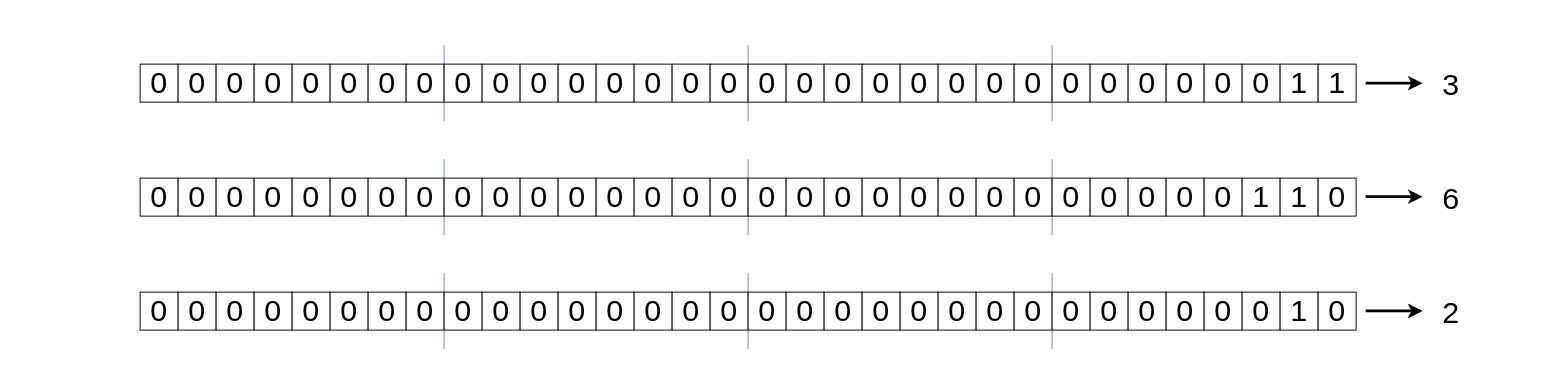
This is 与或异或运算.drawio from qingyunlyp/resource, a draw.io file, before an edit. Source tidied: cells renumbered, new cells numbered last; positions are measured from the earlier drawing's top-left corner, leaving out a move shared by most shapes. Both pictures are drawn from the tidied source at 95%, with x=0, y=0 at pixel (140, 45).
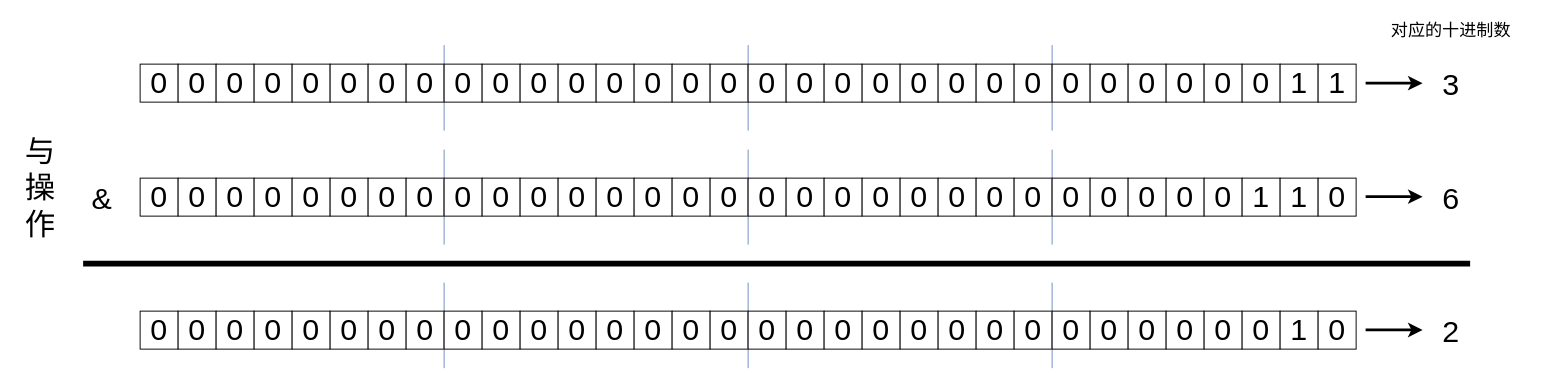
After the change.

Commit message (it also covers changes not shown here):
更新与或异或运算.drawio

What changed in the source:
```diff
@@
     <mxCell id="10" style="endArrow=none;html=1;rounded=0;fontSize=32;startSize=6;strokeWidth=1;fillColor=#dae8fc;strokeColor=#6c8ebf;" parent="1" edge="1">
       <mxGeometry relative="1" as="geometry">
-        <mxPoint x="320" y="80" as="sourcePoint" />
+        <mxPoint x="320" y="90" as="sourcePoint" />
         <mxPoint x="320" as="targetPoint" />
       </mxGeometry>
     </mxCell>
@@
     <mxCell id="19" style="endArrow=none;html=1;rounded=0;fontSize=32;fillColor=#dae8fc;strokeColor=#6c8ebf;" parent="1" edge="1">
       <mxGeometry relative="1" as="geometry">
-        <mxPoint x="640" y="80" as="sourcePoint" />
+        <mxPoint x="640" y="90" as="sourcePoint" />
         <mxPoint x="640" as="targetPoint" />
       </mxGeometry>
     </mxCell>
@@
     <mxCell id="28" style="endArrow=none;html=1;rounded=0;fontSize=32;fillColor=#dae8fc;strokeColor=#6c8ebf;" parent="1" edge="1">
       <mxGeometry relative="1" as="geometry">
-        <mxPoint x="960" y="80" as="sourcePoint" />
+        <mxPoint x="960" y="90" as="sourcePoint" />
         <mxPoint x="960" as="targetPoint" />
       </mxGeometry>
     </mxCell>
@@
     <mxCell id="45" style="endArrow=none;html=1;rounded=0;fontSize=32;startSize=6;strokeWidth=1;fillColor=#dae8fc;strokeColor=#6c8ebf;" parent="1" edge="1">
       <mxGeometry relative="1" as="geometry">
-        <mxPoint x="320" y="200" as="sourcePoint" />
-        <mxPoint x="320" y="120" as="targetPoint" />
+        <mxPoint x="320" y="210" as="sourcePoint" />
+        <mxPoint x="320" y="110" as="targetPoint" />
       </mxGeometry>
     </mxCell>
@@
     <mxCell id="54" style="endArrow=none;html=1;rounded=0;fontSize=32;fillColor=#dae8fc;strokeColor=#6c8ebf;" parent="1" edge="1">
       <mxGeometry relative="1" as="geometry">
-        <mxPoint x="640" y="200" as="sourcePoint" />
-        <mxPoint x="640" y="120" as="targetPoint" />
+        <mxPoint x="640" y="210" as="sourcePoint" />
+        <mxPoint x="640" y="110" as="targetPoint" />
       </mxGeometry>
     </mxCell>
@@
     <mxCell id="63" style="endArrow=none;html=1;rounded=0;fontSize=32;fillColor=#dae8fc;strokeColor=#6c8ebf;" parent="1" edge="1">
       <mxGeometry relative="1" as="geometry">
-        <mxPoint x="960" y="200" as="sourcePoint" />
-        <mxPoint x="960" y="120" as="targetPoint" />
+        <mxPoint x="960" y="210" as="sourcePoint" />
+        <mxPoint x="960" y="110" as="targetPoint" />
       </mxGeometry>
     </mxCell>
@@
     <mxCell id="72" value="0" style="rounded=0;whiteSpace=wrap;html=1;fontSize=32;" parent="1" vertex="1">
-      <mxGeometry y="260" width="40" height="40" as="geometry" />
+      <mxGeometry y="280" width="40" height="40" as="geometry" />
     </mxCell>
     <mxCell id="73" value="0" style="rounded=0;whiteSpace=wrap;html=1;fontSize=32;" parent="1" vertex="1">
-      <mxGeometry x="40" y="260" width="40" height="40" as="geometry" />
+      <mxGeometry x="40" y="280" width="40" height="40" as="geometry" />
     </mxCell>
     <mxCell id="74" value="0" style="rounded=0;whiteSpace=wrap;html=1;fontSize=32;" parent="1" vertex="1">
-      <mxGeometry x="80" y="260" width="40" height="40" as="geometry" />
+      <mxGeometry x="80" y="280" width="40" height="40" as="geometry" />
     </mxCell>
     <mxCell id="75" value="0" style="rounded=0;whiteSpace=wrap;html=1;fontSize=32;" parent="1" vertex="1">
-      <mxGeometry x="120" y="260" width="40" height="40" as="geometry" />
+      <mxGeometry x="120" y="280" width="40" height="40" as="geometry" />
     </mxCell>
     <mxCell id="76" value="0" style="rounded=0;whiteSpace=wrap;html=1;fontSize=32;" parent="1" vertex="1">
-      <mxGeometry x="160" y="260" width="40" height="40" as="geometry" />
+      <mxGeometry x="160" y="280" width="40" height="40" as="geometry" />
     </mxCell>
     <mxCell id="77" value="0" style="rounded=0;whiteSpace=wrap;html=1;fontSize=32;" parent="1" vertex="1">
-      <mxGeometry x="200" y="260" width="40" height="40" as="geometry" />
+      <mxGeometry x="200" y="280" width="40" height="40" as="geometry" />
     </mxCell>
     <mxCell id="78" value="0" style="rounded=0;whiteSpace=wrap;html=1;fontSize=32;" parent="1" vertex="1">
-      <mxGeometry x="240" y="260" width="40" height="40" as="geometry" />
+      <mxGeometry x="240" y="280" width="40" height="40" as="geometry" />
     </mxCell>
     <mxCell id="79" value="0" style="rounded=0;whiteSpace=wrap;html=1;fontSize=32;" parent="1" vertex="1">
-      <mxGeometry x="280" y="260" width="40" height="40" as="geometry" />
+      <mxGeometry x="280" y="280" width="40" height="40" as="geometry" />
     </mxCell>
     <mxCell id="80" style="endArrow=none;html=1;rounded=0;fontSize=32;startSize=6;strokeWidth=1;fillColor=#dae8fc;strokeColor=#6c8ebf;" parent="1" edge="1">
       <mxGeometry relative="1" as="geometry">
-        <mxPoint x="320" y="320" as="sourcePoint" />
-        <mxPoint x="320" y="240" as="targetPoint" />
+        <mxPoint x="320" y="340" as="sourcePoint" />
+        <mxPoint x="320" y="250" as="targetPoint" />
       </mxGeometry>
     </mxCell>
     <mxCell id="81" value="0" style="rounded=0;whiteSpace=wrap;html=1;fontSize=32;" parent="1" vertex="1">
-      <mxGeometry x="320" y="260" width="40" height="40" as="geometry" />
+      <mxGeometry x="320" y="280" width="40" height="40" as="geometry" />
     </mxCell>
     <mxCell id="82" value="0" style="rounded=0;whiteSpace=wrap;html=1;fontSize=32;" parent="1" vertex="1">
-      <mxGeometry x="360" y="260" width="40" height="40" as="geometry" />
+      <mxGeometry x="360" y="280" width="40" height="40" as="geometry" />
     </mxCell>
     <mxCell id="83" value="0" style="rounded=0;whiteSpace=wrap;html=1;fontSize=32;" parent="1" vertex="1">
-      <mxGeometry x="400" y="260" width="40" height="40" as="geometry" />
+      <mxGeometry x="400" y="280" width="40" height="40" as="geometry" />
     </mxCell>
     <mxCell id="84" value="0" style="rounded=0;whiteSpace=wrap;html=1;fontSize=32;" parent="1" vertex="1">
-      <mxGeometry x="440" y="260" width="40" height="40" as="geometry" />
+      <mxGeometry x="440" y="280" width="40" height="40" as="geometry" />
     </mxCell>
     <mxCell id="85" value="0" style="rounded=0;whiteSpace=wrap;html=1;fontSize=32;" parent="1" vertex="1">
-      <mxGeometry x="480" y="260" width="40" height="40" as="geometry" />
+      <mxGeometry x="480" y="280" width="40" height="40" as="geometry" />
     </mxCell>
     <mxCell id="86" value="0" style="rounded=0;whiteSpace=wrap;html=1;fontSize=32;" parent="1" vertex="1">
-      <mxGeometry x="520" y="260" width="40" height="40" as="geometry" />
+      <mxGeometry x="520" y="280" width="40" height="40" as="geometry" />
     </mxCell>
     <mxCell id="87" value="0" style="rounded=0;whiteSpace=wrap;html=1;fontSize=32;" parent="1" vertex="1">
-      <mxGeometry x="560" y="260" width="40" height="40" as="geometry" />
+      <mxGeometry x="560" y="280" width="40" height="40" as="geometry" />
     </mxCell>
     <mxCell id="88" value="0" style="rounded=0;whiteSpace=wrap;html=1;fontSize=32;" parent="1" vertex="1">
-      <mxGeometry x="600" y="260" width="40" height="40" as="geometry" />
+      <mxGeometry x="600" y="280" width="40" height="40" as="geometry" />
     </mxCell>
     <mxCell id="89" style="endArrow=none;html=1;rounded=0;fontSize=32;fillColor=#dae8fc;strokeColor=#6c8ebf;" parent="1" edge="1">
       <mxGeometry relative="1" as="geometry">
-        <mxPoint x="640" y="320" as="sourcePoint" />
-        <mxPoint x="640" y="240" as="targetPoint" />
+        <mxPoint x="640" y="340" as="sourcePoint" />
+        <mxPoint x="640" y="250" as="targetPoint" />
       </mxGeometry>
     </mxCell>
     <mxCell id="90" value="0" style="rounded=0;whiteSpace=wrap;html=1;fontSize=32;" parent="1" vertex="1">
-      <mxGeometry x="640" y="260" width="40" height="40" as="geometry" />
+      <mxGeometry x="640" y="280" width="40" height="40" as="geometry" />
     </mxCell>
     <mxCell id="91" value="0" style="rounded=0;whiteSpace=wrap;html=1;fontSize=32;" parent="1" vertex="1">
-      <mxGeometry x="680" y="260" width="40" height="40" as="geometry" />
+      <mxGeometry x="680" y="280" width="40" height="40" as="geometry" />
     </mxCell>
     <mxCell id="92" value="0" style="rounded=0;whiteSpace=wrap;html=1;fontSize=32;" parent="1" vertex="1">
-      <mxGeometry x="720" y="260" width="40" height="40" as="geometry" />
+      <mxGeometry x="720" y="280" width="40" height="40" as="geometry" />
     </mxCell>
     <mxCell id="93" value="0" style="rounded=0;whiteSpace=wrap;html=1;fontSize=32;" parent="1" vertex="1">
-      <mxGeometry x="760" y="260" width="40" height="40" as="geometry" />
+      <mxGeometry x="760" y="280" width="40" height="40" as="geometry" />
     </mxCell>
     <mxCell id="94" value="0" style="rounded=0;whiteSpace=wrap;html=1;fontSize=32;" parent="1" vertex="1">
-      <mxGeometry x="800" y="260" width="40" height="40" as="geometry" />
+      <mxGeometry x="800" y="280" width="40" height="40" as="geometry" />
     </mxCell>
     <mxCell id="95" value="0" style="rounded=0;whiteSpace=wrap;html=1;fontSize=32;" parent="1" vertex="1">
-      <mxGeometry x="840" y="260" width="40" height="40" as="geometry" />
+      <mxGeometry x="840" y="280" width="40" height="40" as="geometry" />
     </mxCell>
     <mxCell id="96" value="0" style="rounded=0;whiteSpace=wrap;html=1;fontSize=32;" parent="1" vertex="1">
-      <mxGeometry x="880" y="260" width="40" height="40" as="geometry" />
+      <mxGeometry x="880" y="280" width="40" height="40" as="geometry" />
     </mxCell>
     <mxCell id="97" value="0" style="rounded=0;whiteSpace=wrap;html=1;fontSize=32;" parent="1" vertex="1">
-      <mxGeometry x="920" y="260" width="40" height="40" as="geometry" />
+      <mxGeometry x="920" y="280" width="40" height="40" as="geometry" />
     </mxCell>
     <mxCell id="98" style="endArrow=none;html=1;rounded=0;fontSize=32;fillColor=#dae8fc;strokeColor=#6c8ebf;" parent="1" edge="1">
       <mxGeometry relative="1" as="geometry">
-        <mxPoint x="960" y="320" as="sourcePoint" />
-        <mxPoint x="960" y="240" as="targetPoint" />
+        <mxPoint x="960" y="340" as="sourcePoint" />
+        <mxPoint x="960" y="250" as="targetPoint" />
       </mxGeometry>
     </mxCell>
     <mxCell id="99" value="0" style="rounded=0;whiteSpace=wrap;html=1;fontSize=32;" parent="1" vertex="1">
-      <mxGeometry x="960" y="260" width="40" height="40" as="geometry" />
+      <mxGeometry x="960" y="280" width="40" height="40" as="geometry" />
     </mxCell>
     <mxCell id="100" value="0" style="rounded=0;whiteSpace=wrap;html=1;fontSize=32;" parent="1" vertex="1">
-      <mxGeometry x="1000" y="260" width="40" height="40" as="geometry" />
+      <mxGeometry x="1000" y="280" width="40" height="40" as="geometry" />
     </mxCell>
     <mxCell id="101" value="0" style="rounded=0;whiteSpace=wrap;html=1;fontSize=32;" parent="1" vertex="1">
-      <mxGeometry x="1040" y="260" width="40" height="40" as="geometry" />
+      <mxGeometry x="1040" y="280" width="40" height="40" as="geometry" />
     </mxCell>
     <mxCell id="102" value="0" style="rounded=0;whiteSpace=wrap;html=1;fontSize=32;" parent="1" vertex="1">
-      <mxGeometry x="1080" y="260" width="40" height="40" as="geometry" />
+      <mxGeometry x="1080" y="280" width="40" height="40" as="geometry" />
     </mxCell>
     <mxCell id="103" value="0" style="rounded=0;whiteSpace=wrap;html=1;fontSize=32;" parent="1" vertex="1">
-      <mxGeometry x="1120" y="260" width="40" height="40" as="geometry" />
+      <mxGeometry x="1120" y="280" width="40" height="40" as="geometry" />
     </mxCell>
     <mxCell id="104" value="0" style="rounded=0;whiteSpace=wrap;html=1;fontSize=32;" parent="1" vertex="1">
-      <mxGeometry x="1160" y="260" width="40" height="40" as="geometry" />
+      <mxGeometry x="1160" y="280" width="40" height="40" as="geometry" />
     </mxCell>
     <mxCell id="105" value="1" style="rounded=0;whiteSpace=wrap;html=1;fontSize=32;" parent="1" vertex="1">
-      <mxGeometry x="1200" y="260" width="40" height="40" as="geometry" />
+      <mxGeometry x="1200" y="280" width="40" height="40" as="geometry" />
     </mxCell>
     <mxCell id="106" value="0" style="rounded=0;whiteSpace=wrap;html=1;fontSize=32;" parent="1" vertex="1">
-      <mxGeometry x="1240" y="260" width="40" height="40" as="geometry" />
+      <mxGeometry x="1240" y="280" width="40" height="40" as="geometry" />
     </mxCell>
@@
     <mxCell id="110" style="endArrow=classic;html=1;rounded=0;strokeWidth=3;" parent="1" edge="1">
       <mxGeometry relative="1" as="geometry">
-        <mxPoint x="1290" y="279.8" as="sourcePoint" />
-        <mxPoint x="1350" y="279.8" as="targetPoint" />
+        <mxPoint x="1290" y="299.8" as="sourcePoint" />
+        <mxPoint x="1350" y="299.8" as="targetPoint" />
       </mxGeometry>
     </mxCell>
@@
     <mxCell id="113" value="2" style="text;strokeColor=none;fillColor=none;align=center;verticalAlign=middle;spacingLeft=4;spacingRight=4;overflow=hidden;whiteSpace=wrap;html=1;fontSize=32;" parent="1" vertex="1">
-      <mxGeometry x="1360" y="260" width="40" height="40" as="geometry" />
+      <mxGeometry x="1360" y="280" width="40" height="40" as="geometry" />
     </mxCell>
+    <mxCell id="114" value="与操作" style="text;strokeColor=none;fillColor=none;align=center;verticalAlign=middle;spacingLeft=4;spacingRight=4;overflow=hidden;whiteSpace=wrap;html=1;fontSize=32;labelPosition=center;verticalLabelPosition=middle;" parent="1" vertex="1">
+      <mxGeometry x="-130" y="70" width="50" height="160" as="geometry" />
+    </mxCell>
+    <mxCell id="115" style="endArrow=none;html=1;rounded=0;fontSize=20;strokeWidth=6;" parent="1" edge="1">
+      <mxGeometry relative="1" as="geometry">
+        <mxPoint x="-60" y="230" as="sourcePoint" />
+        <mxPoint x="1400" y="230" as="targetPoint" />
+      </mxGeometry>
+    </mxCell>
+    <mxCell id="116" value="&lt;font style=&quot;font-size: 32px;&quot;&gt;&amp;amp;&lt;/font&gt;" style="text;strokeColor=none;fillColor=none;align=center;verticalAlign=middle;spacingLeft=4;spacingRight=4;overflow=hidden;whiteSpace=wrap;html=1;" parent="1" vertex="1">
+      <mxGeometry x="-60" y="140" width="40" height="40" as="geometry" />
+    </mxCell>
+    <mxCell id="117" value="对应的十进制数" style="text;strokeColor=none;fillColor=none;align=center;verticalAlign=middle;spacingLeft=4;spacingRight=4;overflow=hidden;whiteSpace=wrap;html=1;fontSize=18;" parent="1" vertex="1">
+      <mxGeometry x="1286.2" y="-30" width="187.5" height="30" as="geometry" />
+    </mxCell>
```
